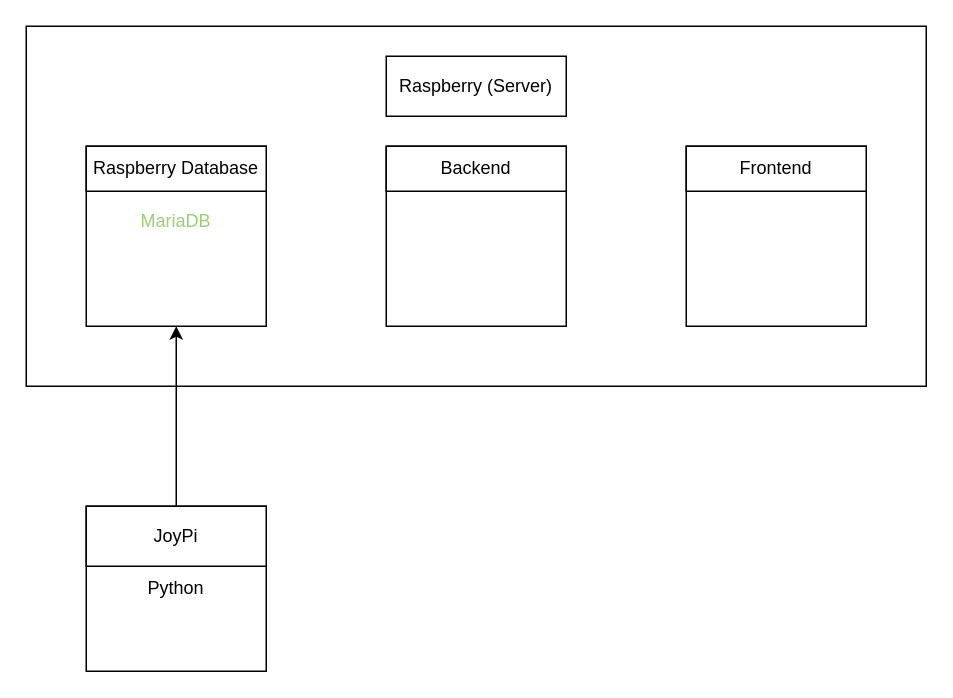
This is Untitled Diagram.drawio from SimonFurtm/CO2-TemperaturProjekt, a draw.io file, before an edit. Source tidied: cells renumbered, new cells numbered last; positions are measured from the earlier drawing's top-left corner, leaving out a move shared by most shapes. Both pictures are drawn from the tidied source at 150%, with x=0, y=0 at pixel (26, 26).
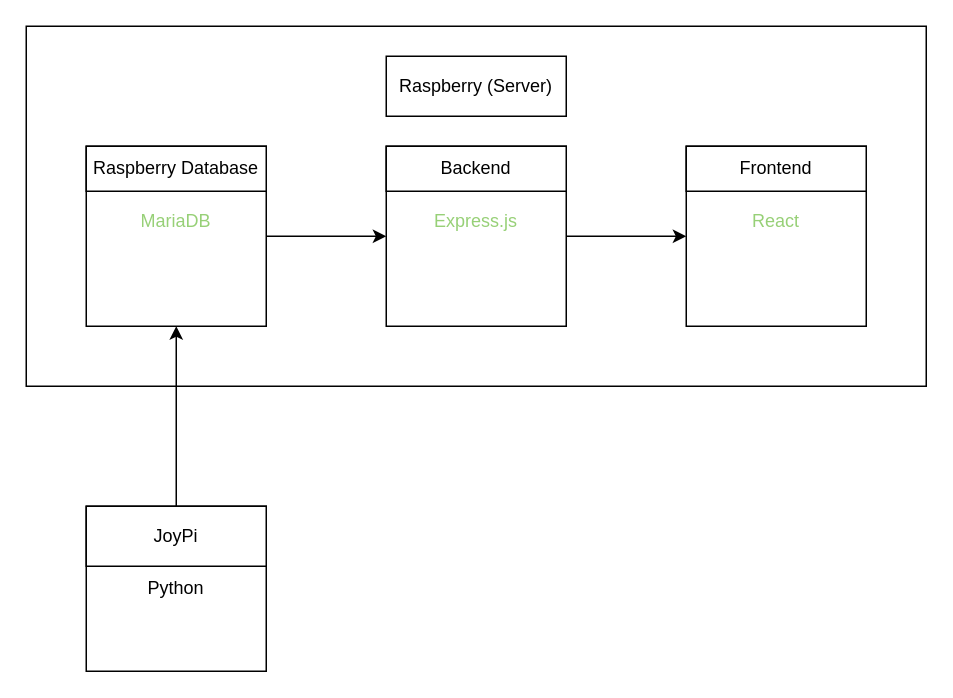
The same page after the edit.

What changed in the source:
```diff
@@
 <mxGraphModel>
   <root>
     <mxCell id="0" />
     <mxCell id="1" parent="0" />
     <mxCell id="2" style="rounded=0;whiteSpace=wrap;html=1;" parent="1" vertex="1">
       <mxGeometry width="600" height="240" as="geometry" />
     </mxCell>
+    <mxCell id="14" style="edgeStyle=orthogonalEdgeStyle;rounded=0;jettySize=auto;html=1;entryX=0;entryY=0.5;entryDx=0;entryDy=0;" parent="1" edge="1" source="3" target="4">
+      <mxGeometry relative="1" as="geometry" />
+    </mxCell>
     <mxCell id="3" style="rounded=0;whiteSpace=wrap;html=1;" parent="1" vertex="1">
       <mxGeometry x="40" y="80" width="120" height="120" as="geometry" />
     </mxCell>
+    <mxCell id="15" style="edgeStyle=orthogonalEdgeStyle;rounded=0;jettySize=auto;html=1;entryX=0;entryY=0.5;entryDx=0;entryDy=0;" parent="1" edge="1" source="4" target="5">
+      <mxGeometry relative="1" as="geometry" />
+    </mxCell>
     <mxCell id="4" style="rounded=0;whiteSpace=wrap;html=1;" parent="1" vertex="1">
       <mxGeometry x="240" y="80" width="120" height="120" as="geometry" />
     </mxCell>
     <mxCell id="5" style="rounded=0;whiteSpace=wrap;html=1;" parent="1" vertex="1">
       <mxGeometry x="440" y="80" width="120" height="120" as="geometry" />
     </mxCell>
     <mxCell id="6" value="Raspberry Database" style="rounded=0;whiteSpace=wrap;html=1;" parent="1" vertex="1">
       <mxGeometry x="40" y="80" width="120" height="30" as="geometry" />
     </mxCell>
     <mxCell id="7" value="Backend" style="rounded=0;whiteSpace=wrap;html=1;" parent="1" vertex="1">
       <mxGeometry x="240" y="80" width="120" height="30" as="geometry" />
     </mxCell>
     <mxCell id="8" value="Frontend" style="rounded=0;whiteSpace=wrap;html=1;" parent="1" vertex="1">
       <mxGeometry x="440" y="80" width="120" height="30" as="geometry" />
     </mxCell>
     <mxCell id="9" value="Raspberry (Server)" style="rounded=0;whiteSpace=wrap;html=1;" parent="1" vertex="1">
       <mxGeometry x="240" y="20" width="120" height="40" as="geometry" />
     </mxCell>
     <mxCell id="10" value="Python" style="rounded=0;whiteSpace=wrap;html=1;" parent="1" vertex="1">
       <mxGeometry x="40" y="320" width="120" height="110" as="geometry" />
     </mxCell>
     <mxCell id="11" value="JoyPi" style="rounded=0;whiteSpace=wrap;html=1;" parent="1" vertex="1">
       <mxGeometry x="40" y="320" width="120" height="40" as="geometry" />
     </mxCell>
     <mxCell id="12" style="endArrow=classic;html=1;exitX=0.5;exitY=0;exitDx=0;exitDy=0;entryX=0.5;entryY=1;entryDx=0;entryDy=0;" parent="1" edge="1" source="11" target="3">
       <mxGeometry relative="1" as="geometry" />
     </mxCell>
     <mxCell id="13" value="MariaDB" style="text;html=1;align=center;verticalAlign=middle;whiteSpace=wrap;rounded=0;fontColor=#97D077;" parent="1" vertex="1">
       <mxGeometry x="80" y="120" width="40" height="20" as="geometry" />
     </mxCell>
+    <mxCell id="16" value="Express.js" style="text;html=1;align=center;verticalAlign=middle;whiteSpace=wrap;rounded=0;fontColor=#97D077;" parent="1" vertex="1">
+      <mxGeometry x="270" y="120" width="60" height="20" as="geometry" />
+    </mxCell>
+    <mxCell id="17" value="React" style="text;html=1;align=center;verticalAlign=middle;whiteSpace=wrap;rounded=0;fontColor=#97D077;" parent="1" vertex="1">
+      <mxGeometry x="470" y="120" width="60" height="20" as="geometry" />
+    </mxCell>
   </root>
 </mxGraphModel>
```
